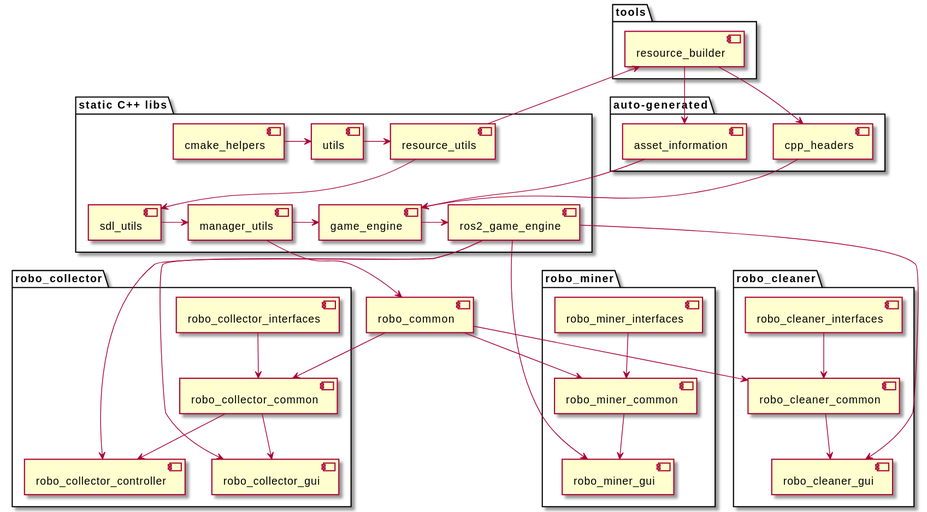
Above: doc/hierarchy_diagram.svg in zhivkopetrov/robotics_v1 (PlantUML), before the change. Its source is kept beside it as doc/hierarchy_diagram.plantuml. Its diagram source:
```plantuml
@startuml
package "static C++ libs" {
  [cmake_helpers]
  [utils]
  [resource_utils]
  [sdl_utils]
  [manager_utils]
  [game_engine]
  [ros2_game_engine]
}

package "tools" {
  [resource_builder]
}

package "auto-generated" {
  [cpp_headers]
  [asset_information]
}

[robo_common]

package "robo_collector" {
  [robo_collector_gui]
  [robo_collector_controller]
  [robo_collector_common]
  [robo_collector_interfaces]
}

package "robo_miner" {
  [robo_miner_gui]
  [robo_miner_common]
  [robo_miner_interfaces]
}

package "robo_cleaner" {
  [robo_cleaner_gui]
  [robo_cleaner_common]
  [robo_cleaner_interfaces]
}

cmake_helpers -> utils
utils -> resource_utils
resource_utils --> sdl_utils
sdl_utils -> manager_utils
manager_utils -> game_engine
game_engine -> ros2_game_engine

resource_utils --> resource_builder
resource_builder --> asset_information
resource_builder --> cpp_headers
asset_information --> game_engine
cpp_headers --> game_engine

manager_utils --> robo_common

robo_collector_interfaces --> robo_collector_common
robo_common --> robo_collector_common
robo_collector_common --> robo_collector_gui
robo_collector_common --> robo_collector_controller
ros2_game_engine --> robo_collector_gui
ros2_game_engine --> robo_collector_controller

robo_miner_interfaces --> robo_miner_common
robo_common --> robo_miner_common
robo_miner_common --> robo_miner_gui
ros2_game_engine --> robo_miner_gui

robo_cleaner_interfaces --> robo_cleaner_common
robo_common --> robo_cleaner_common
robo_cleaner_common --> robo_cleaner_gui
ros2_game_engine --> robo_cleaner_gui

@enduml
```
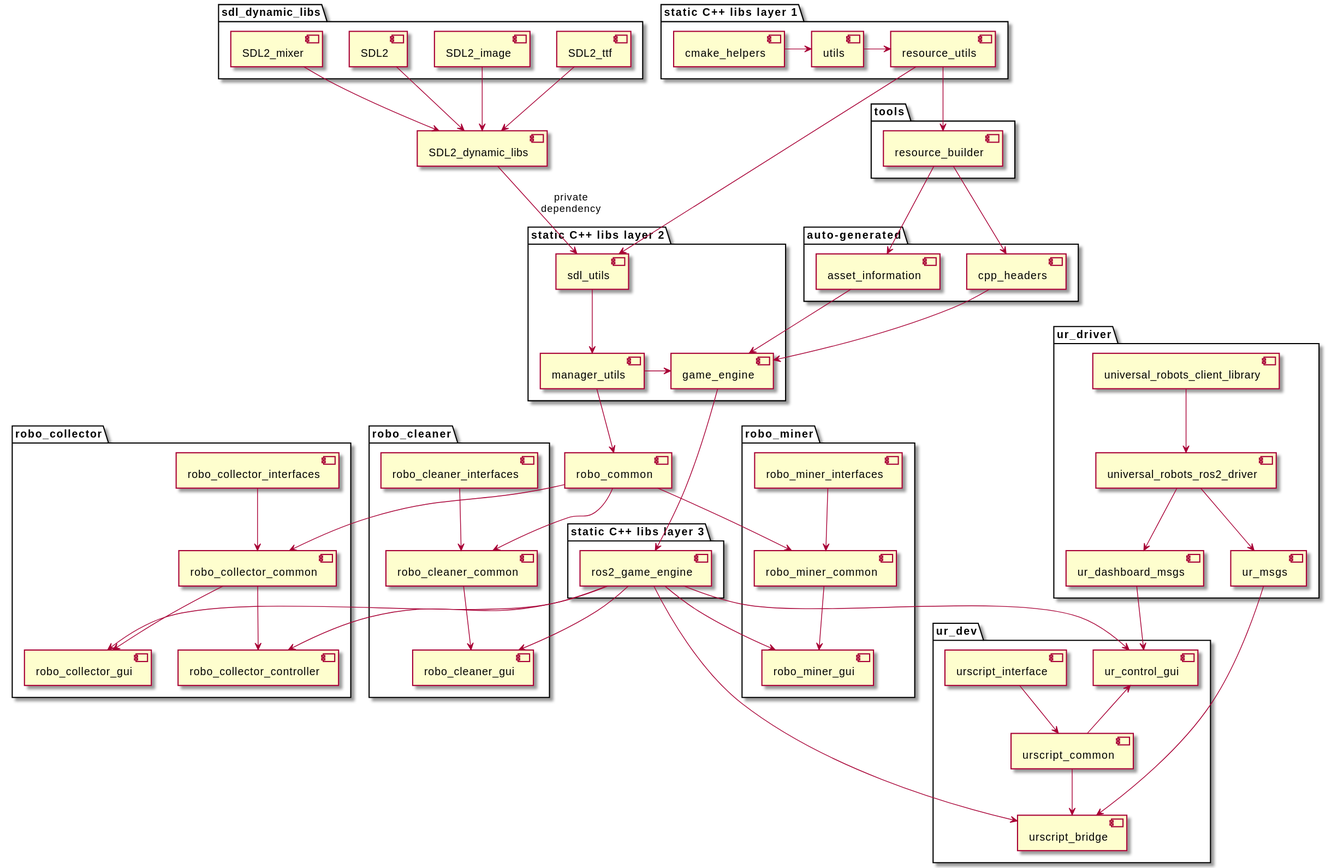
The same diagram one commit later.

Commit message:
docs: update README and dependency hierarcy diagram

Diff of the diagram source:
```diff
@@ -1,11 +1,17 @@
 @startuml
-package "static C++ libs" {
+package "static C++ libs layer 1" {
   [cmake_helpers]
   [utils]
   [resource_utils]
+}
+
+package "static C++ libs layer 2" {
   [sdl_utils]
   [manager_utils]
   [game_engine]
+}
+
+package "static C++ libs layer 3" {
   [ros2_game_engine]
 }
 
@@ -17,6 +23,15 @@
   [cpp_headers]
   [asset_information]
 }
+
+package "sdl_dynamic_libs" {
+  [SDL2]
+  [SDL2_image]
+  [SDL2_ttf]
+  [SDL2_mixer]
+}
+
+[SDL2_dynamic_libs]
 
 [robo_common]
 
@@ -39,10 +54,24 @@
   [robo_cleaner_interfaces]
 }
 
+package "ur_driver" {
+  [universal_robots_client_library]
+  [universal_robots_ros2_driver]
+  [ur_msgs]
+  [ur_dashboard_msgs]
+}
+
+package "ur_dev" {
+  [urscript_interface]
+  [urscript_common]
+  [urscript_bridge]
+  [ur_control_gui]
+}
+
 cmake_helpers -> utils
 utils -> resource_utils
 resource_utils --> sdl_utils
-sdl_utils -> manager_utils
+sdl_utils -d-> manager_utils
 manager_utils -> game_engine
 game_engine -> ros2_game_engine
 
@@ -51,6 +80,13 @@
 resource_builder --> cpp_headers
 asset_information --> game_engine
 cpp_headers --> game_engine
+
+SDL2 --> SDL2_dynamic_libs
+SDL2_image --> SDL2_dynamic_libs
+SDL2_ttf --> SDL2_dynamic_libs
+SDL2_mixer --> SDL2_dynamic_libs
+
+SDL2_dynamic_libs --> sdl_utils : private\ndependency
 
 manager_utils --> robo_common
 
@@ -71,4 +107,16 @@
 robo_cleaner_common --> robo_cleaner_gui
 ros2_game_engine --> robo_cleaner_gui
 
+universal_robots_client_library --> universal_robots_ros2_driver
+universal_robots_ros2_driver --> ur_msgs
+universal_robots_ros2_driver --> ur_dashboard_msgs
+
+urscript_interface --> urscript_common
+urscript_common --> urscript_bridge
+ur_msgs --> urscript_bridge
+ros2_game_engine --> urscript_bridge
+ros2_game_engine --> ur_control_gui
+ur_dashboard_msgs --> ur_control_gui
+urscript_common -u-> ur_control_gui
+
 @enduml
```
